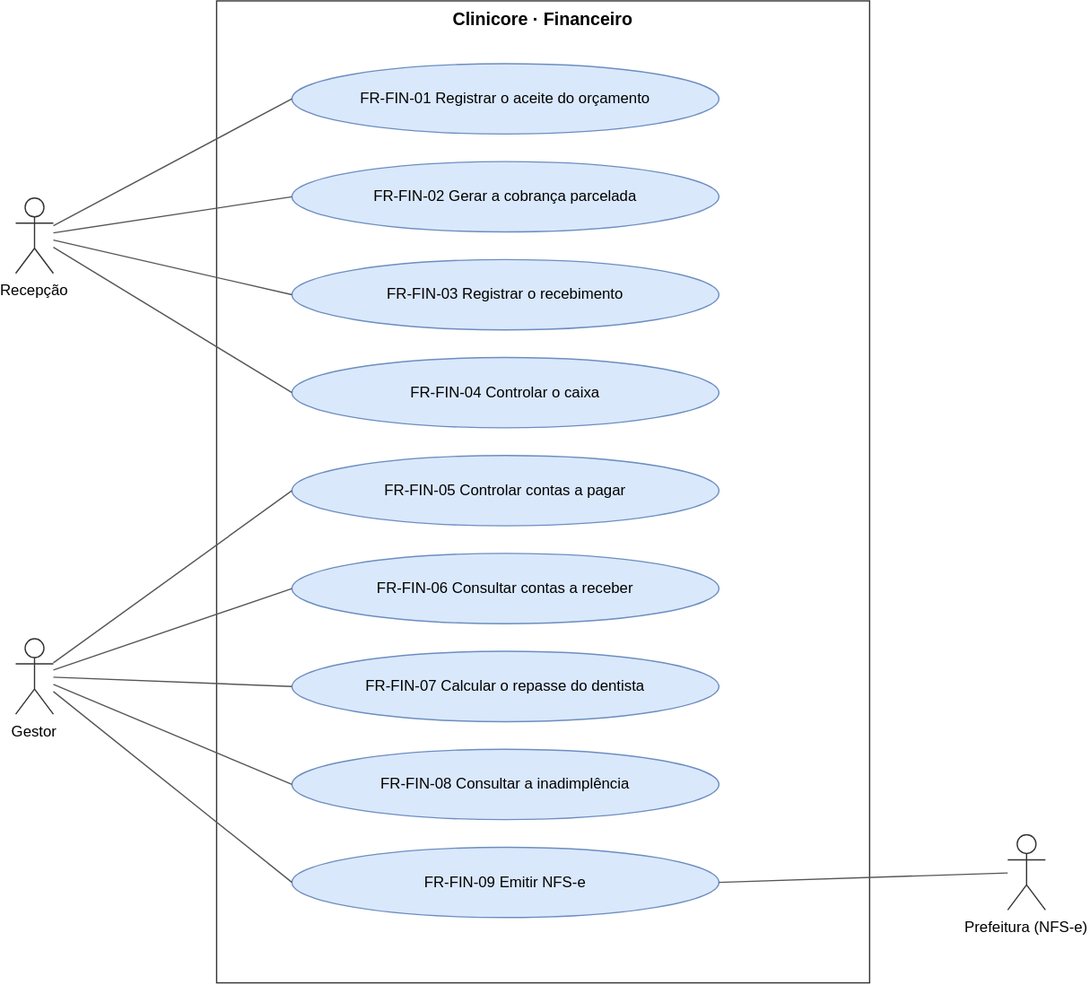
Earlier version of the draw.io export docs/requirements/diagrams/use-cases-finance.drawio.svg (TheoOdawara/clinicore). Source tidied: cells renumbered, new cells last; positions are measured from the earlier drawing's top-left corner, leaving out a move shared by most shapes. Its diagram source:
```xml
<mxGraphModel background="#ffffff">
  <root>
    <mxCell id="0" />
    <mxCell id="1" parent="0" />
    <mxCell id="2" value="Clinicore · Financeiro" style="rounded=0;whiteSpace=wrap;html=0;fillColor=none;strokeColor=#333333;verticalAlign=top;fontStyle=1;fontSize=14;" parent="1" vertex="1">
      <mxGeometry x="160" width="520" height="782" as="geometry" />
    </mxCell>
    <mxCell id="3" value="FR-FIN-01 Registrar o aceite do orçamento" style="ellipse;whiteSpace=wrap;html=0;fillColor=#dae8fc;strokeColor=#6c8ebf;fontSize=12;" parent="1" vertex="1">
      <mxGeometry x="220" y="50" width="340" height="56" as="geometry" />
    </mxCell>
    <mxCell id="4" value="FR-FIN-02 Gerar a cobrança parcelada" style="ellipse;whiteSpace=wrap;html=0;fillColor=#dae8fc;strokeColor=#6c8ebf;fontSize=12;" parent="1" vertex="1">
      <mxGeometry x="220" y="128" width="340" height="56" as="geometry" />
    </mxCell>
    <mxCell id="5" value="FR-FIN-03 Registrar o recebimento" style="ellipse;whiteSpace=wrap;html=0;fillColor=#dae8fc;strokeColor=#6c8ebf;fontSize=12;" parent="1" vertex="1">
      <mxGeometry x="220" y="206" width="340" height="56" as="geometry" />
    </mxCell>
    <mxCell id="6" value="FR-FIN-04 Controlar o caixa" style="ellipse;whiteSpace=wrap;html=0;fillColor=#dae8fc;strokeColor=#6c8ebf;fontSize=12;" parent="1" vertex="1">
      <mxGeometry x="220" y="284" width="340" height="56" as="geometry" />
    </mxCell>
    <mxCell id="7" value="FR-FIN-05 Controlar contas a pagar" style="ellipse;whiteSpace=wrap;html=0;fillColor=#dae8fc;strokeColor=#6c8ebf;fontSize=12;" parent="1" vertex="1">
      <mxGeometry x="220" y="362" width="340" height="56" as="geometry" />
    </mxCell>
    <mxCell id="8" value="FR-FIN-06 Consultar contas a receber" style="ellipse;whiteSpace=wrap;html=0;fillColor=#dae8fc;strokeColor=#6c8ebf;fontSize=12;" parent="1" vertex="1">
      <mxGeometry x="220" y="440" width="340" height="56" as="geometry" />
    </mxCell>
    <mxCell id="9" value="FR-FIN-07 Calcular o repasse do dentista" style="ellipse;whiteSpace=wrap;html=0;fillColor=#dae8fc;strokeColor=#6c8ebf;fontSize=12;" parent="1" vertex="1">
      <mxGeometry x="220" y="518" width="340" height="56" as="geometry" />
    </mxCell>
    <mxCell id="10" value="FR-FIN-08 Consultar a inadimplência" style="ellipse;whiteSpace=wrap;html=0;fillColor=#dae8fc;strokeColor=#6c8ebf;fontSize=12;" parent="1" vertex="1">
      <mxGeometry x="220" y="596" width="340" height="56" as="geometry" />
    </mxCell>
    <mxCell id="11" value="FR-FIN-09 Emitir NFS-e" style="ellipse;whiteSpace=wrap;html=0;fillColor=#dae8fc;strokeColor=#6c8ebf;fontSize=12;" parent="1" vertex="1">
      <mxGeometry x="220" y="674" width="340" height="56" as="geometry" />
    </mxCell>
    <mxCell id="12" value="Recepção" style="shape=umlActor;verticalLabelPosition=bottom;verticalAlign=top;html=0;outlineConnect=0;fillColor=#ffffff;strokeColor=#333333;fontSize=12;" parent="1" vertex="1">
      <mxGeometry y="157" width="30" height="60" as="geometry" />
    </mxCell>
    <mxCell id="13" style="endArrow=none;html=0;strokeColor=#555555;entryX=0;entryY=0.5;entryDx=0;entryDy=0;" parent="1" edge="1" source="12" target="3">
      <mxGeometry relative="1" as="geometry" />
    </mxCell>
    <mxCell id="14" style="endArrow=none;html=0;strokeColor=#555555;entryX=0;entryY=0.5;entryDx=0;entryDy=0;" parent="1" edge="1" source="12" target="4">
      <mxGeometry relative="1" as="geometry" />
    </mxCell>
    <mxCell id="15" style="endArrow=none;html=0;strokeColor=#555555;entryX=0;entryY=0.5;entryDx=0;entryDy=0;" parent="1" edge="1" source="12" target="5">
      <mxGeometry relative="1" as="geometry" />
    </mxCell>
    <mxCell id="16" style="endArrow=none;html=0;strokeColor=#555555;entryX=0;entryY=0.5;entryDx=0;entryDy=0;" parent="1" edge="1" source="12" target="6">
      <mxGeometry relative="1" as="geometry" />
    </mxCell>
    <mxCell id="17" value="Gestor" style="shape=umlActor;verticalLabelPosition=bottom;verticalAlign=top;html=0;outlineConnect=0;fillColor=#ffffff;strokeColor=#333333;fontSize=12;" parent="1" vertex="1">
      <mxGeometry y="508" width="30" height="60" as="geometry" />
    </mxCell>
    <mxCell id="18" style="endArrow=none;html=0;strokeColor=#555555;entryX=0;entryY=0.5;entryDx=0;entryDy=0;" parent="1" edge="1" source="17" target="7">
      <mxGeometry relative="1" as="geometry" />
    </mxCell>
    <mxCell id="19" style="endArrow=none;html=0;strokeColor=#555555;entryX=0;entryY=0.5;entryDx=0;entryDy=0;" parent="1" edge="1" source="17" target="8">
      <mxGeometry relative="1" as="geometry" />
    </mxCell>
    <mxCell id="20" style="endArrow=none;html=0;strokeColor=#555555;entryX=0;entryY=0.5;entryDx=0;entryDy=0;" parent="1" edge="1" source="17" target="9">
      <mxGeometry relative="1" as="geometry" />
    </mxCell>
    <mxCell id="21" style="endArrow=none;html=0;strokeColor=#555555;entryX=0;entryY=0.5;entryDx=0;entryDy=0;" parent="1" edge="1" source="17" target="10">
      <mxGeometry relative="1" as="geometry" />
    </mxCell>
    <mxCell id="22" style="endArrow=none;html=0;strokeColor=#555555;entryX=0;entryY=0.5;entryDx=0;entryDy=0;" parent="1" edge="1" source="17" target="11">
      <mxGeometry relative="1" as="geometry" />
    </mxCell>
    <mxCell id="23" value="Prefeitura (NFS-e)" style="shape=umlActor;verticalLabelPosition=bottom;verticalAlign=top;html=0;outlineConnect=0;fillColor=#ffffff;strokeColor=#333333;fontSize=12;" parent="1" vertex="1">
      <mxGeometry x="790" y="664" width="30" height="60" as="geometry" />
    </mxCell>
    <mxCell id="24" style="endArrow=none;html=0;strokeColor=#555555;entryX=1;entryY=0.5;entryDx=0;entryDy=0;" parent="1" edge="1" source="23" target="11">
      <mxGeometry relative="1" as="geometry" />
    </mxCell>
  </root>
</mxGraphModel>
```
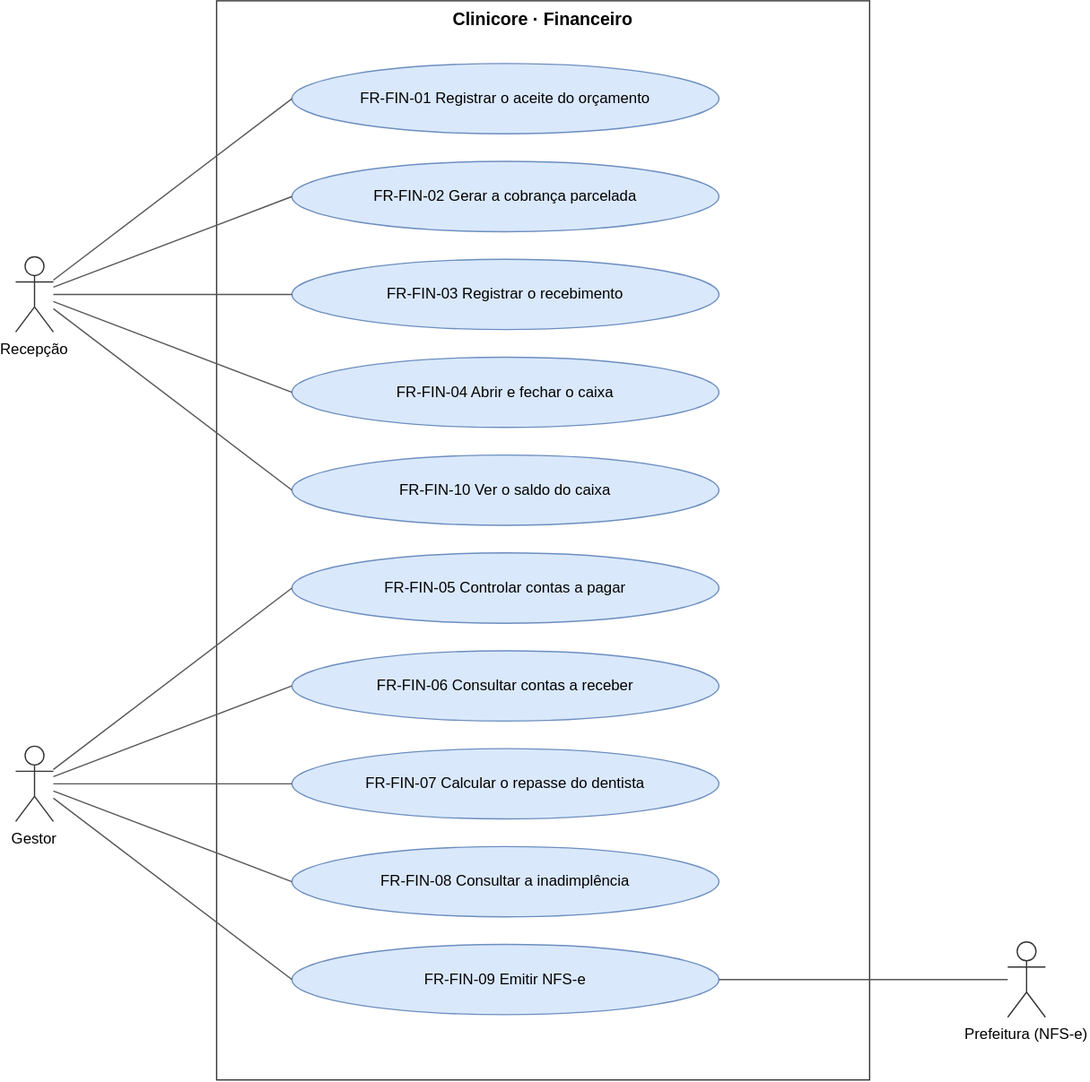
After the change.

Diff of the diagram source:
```diff
@@ -3,7 +3,7 @@
     <mxCell id="0" />
     <mxCell id="1" parent="0" />
     <mxCell id="2" value="Clinicore · Financeiro" style="rounded=0;whiteSpace=wrap;html=0;fillColor=none;strokeColor=#333333;verticalAlign=top;fontStyle=1;fontSize=14;" parent="1" vertex="1">
-      <mxGeometry x="160" width="520" height="782" as="geometry" />
+      <mxGeometry x="160" width="520" height="860" as="geometry" />
     </mxCell>
     <mxCell id="3" value="FR-FIN-01 Registrar o aceite do orçamento" style="ellipse;whiteSpace=wrap;html=0;fillColor=#dae8fc;strokeColor=#6c8ebf;fontSize=12;" parent="1" vertex="1">
       <mxGeometry x="220" y="50" width="340" height="56" as="geometry" />
@@ -14,26 +14,26 @@
     <mxCell id="5" value="FR-FIN-03 Registrar o recebimento" style="ellipse;whiteSpace=wrap;html=0;fillColor=#dae8fc;strokeColor=#6c8ebf;fontSize=12;" parent="1" vertex="1">
       <mxGeometry x="220" y="206" width="340" height="56" as="geometry" />
     </mxCell>
-    <mxCell id="6" value="FR-FIN-04 Controlar o caixa" style="ellipse;whiteSpace=wrap;html=0;fillColor=#dae8fc;strokeColor=#6c8ebf;fontSize=12;" parent="1" vertex="1">
+    <mxCell id="6" value="FR-FIN-04 Abrir e fechar o caixa" style="ellipse;whiteSpace=wrap;html=0;fillColor=#dae8fc;strokeColor=#6c8ebf;fontSize=12;" parent="1" vertex="1">
       <mxGeometry x="220" y="284" width="340" height="56" as="geometry" />
     </mxCell>
     <mxCell id="7" value="FR-FIN-05 Controlar contas a pagar" style="ellipse;whiteSpace=wrap;html=0;fillColor=#dae8fc;strokeColor=#6c8ebf;fontSize=12;" parent="1" vertex="1">
-      <mxGeometry x="220" y="362" width="340" height="56" as="geometry" />
+      <mxGeometry x="220" y="440" width="340" height="56" as="geometry" />
     </mxCell>
     <mxCell id="8" value="FR-FIN-06 Consultar contas a receber" style="ellipse;whiteSpace=wrap;html=0;fillColor=#dae8fc;strokeColor=#6c8ebf;fontSize=12;" parent="1" vertex="1">
-      <mxGeometry x="220" y="440" width="340" height="56" as="geometry" />
+      <mxGeometry x="220" y="518" width="340" height="56" as="geometry" />
     </mxCell>
     <mxCell id="9" value="FR-FIN-07 Calcular o repasse do dentista" style="ellipse;whiteSpace=wrap;html=0;fillColor=#dae8fc;strokeColor=#6c8ebf;fontSize=12;" parent="1" vertex="1">
-      <mxGeometry x="220" y="518" width="340" height="56" as="geometry" />
+      <mxGeometry x="220" y="596" width="340" height="56" as="geometry" />
     </mxCell>
     <mxCell id="10" value="FR-FIN-08 Consultar a inadimplência" style="ellipse;whiteSpace=wrap;html=0;fillColor=#dae8fc;strokeColor=#6c8ebf;fontSize=12;" parent="1" vertex="1">
-      <mxGeometry x="220" y="596" width="340" height="56" as="geometry" />
+      <mxGeometry x="220" y="674" width="340" height="56" as="geometry" />
     </mxCell>
     <mxCell id="11" value="FR-FIN-09 Emitir NFS-e" style="ellipse;whiteSpace=wrap;html=0;fillColor=#dae8fc;strokeColor=#6c8ebf;fontSize=12;" parent="1" vertex="1">
-      <mxGeometry x="220" y="674" width="340" height="56" as="geometry" />
+      <mxGeometry x="220" y="752" width="340" height="56" as="geometry" />
     </mxCell>
     <mxCell id="12" value="Recepção" style="shape=umlActor;verticalLabelPosition=bottom;verticalAlign=top;html=0;outlineConnect=0;fillColor=#ffffff;strokeColor=#333333;fontSize=12;" parent="1" vertex="1">
-      <mxGeometry y="157" width="30" height="60" as="geometry" />
+      <mxGeometry y="204" width="30" height="60" as="geometry" />
     </mxCell>
     <mxCell id="13" style="endArrow=none;html=0;strokeColor=#555555;entryX=0;entryY=0.5;entryDx=0;entryDy=0;" parent="1" edge="1" source="12" target="3">
       <mxGeometry relative="1" as="geometry" />
@@ -48,7 +48,7 @@
       <mxGeometry relative="1" as="geometry" />
     </mxCell>
     <mxCell id="17" value="Gestor" style="shape=umlActor;verticalLabelPosition=bottom;verticalAlign=top;html=0;outlineConnect=0;fillColor=#ffffff;strokeColor=#333333;fontSize=12;" parent="1" vertex="1">
-      <mxGeometry y="508" width="30" height="60" as="geometry" />
+      <mxGeometry y="594" width="30" height="60" as="geometry" />
     </mxCell>
     <mxCell id="18" style="endArrow=none;html=0;strokeColor=#555555;entryX=0;entryY=0.5;entryDx=0;entryDy=0;" parent="1" edge="1" source="17" target="7">
       <mxGeometry relative="1" as="geometry" />
@@ -66,10 +66,16 @@
       <mxGeometry relative="1" as="geometry" />
     </mxCell>
     <mxCell id="23" value="Prefeitura (NFS-e)" style="shape=umlActor;verticalLabelPosition=bottom;verticalAlign=top;html=0;outlineConnect=0;fillColor=#ffffff;strokeColor=#333333;fontSize=12;" parent="1" vertex="1">
-      <mxGeometry x="790" y="664" width="30" height="60" as="geometry" />
+      <mxGeometry x="790" y="750" width="30" height="60" as="geometry" />
     </mxCell>
     <mxCell id="24" style="endArrow=none;html=0;strokeColor=#555555;entryX=1;entryY=0.5;entryDx=0;entryDy=0;" parent="1" edge="1" source="23" target="11">
       <mxGeometry relative="1" as="geometry" />
     </mxCell>
+    <mxCell id="25" value="FR-FIN-10 Ver o saldo do caixa" style="ellipse;whiteSpace=wrap;html=0;fillColor=#dae8fc;strokeColor=#6c8ebf;fontSize=12;" parent="1" vertex="1">
+      <mxGeometry x="220" y="362" width="340" height="56" as="geometry" />
+    </mxCell>
+    <mxCell id="26" style="endArrow=none;html=0;strokeColor=#555555;entryX=0;entryY=0.5;entryDx=0;entryDy=0;" parent="1" edge="1" source="12" target="25">
+      <mxGeometry relative="1" as="geometry" />
+    </mxCell>
   </root>
 </mxGraphModel>
```
